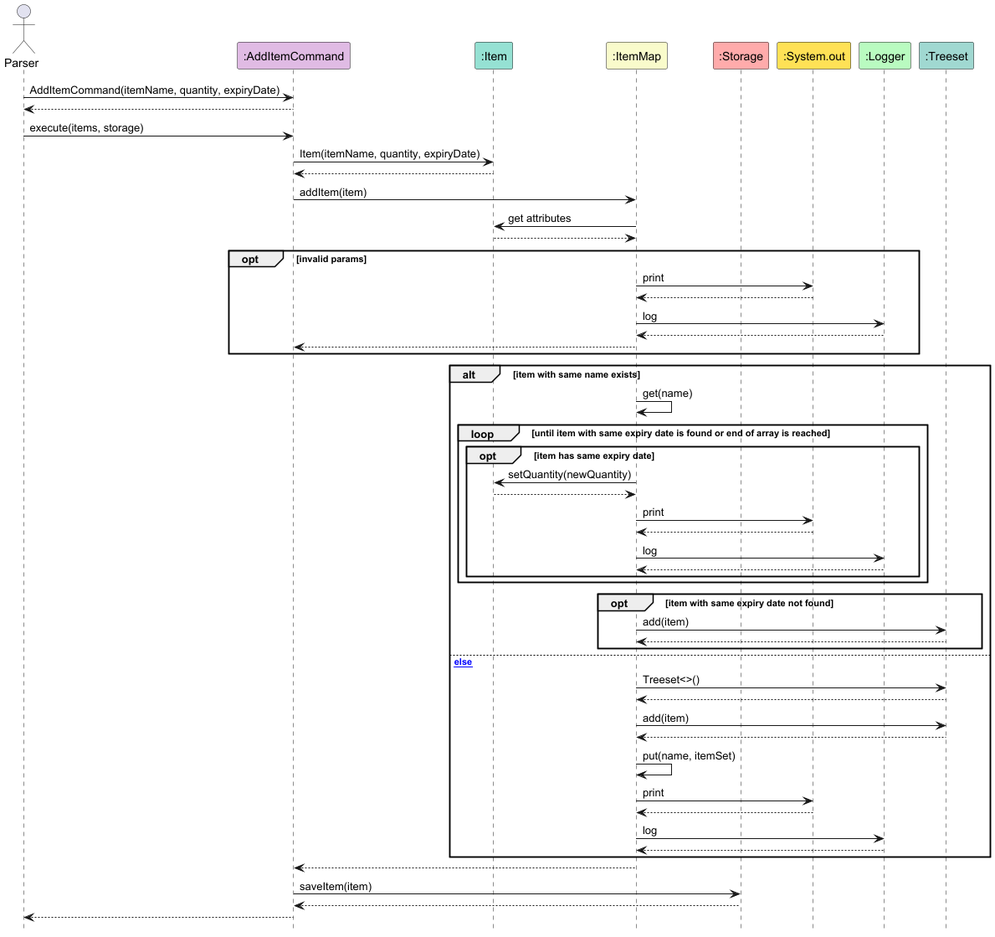
yijiano/tp keeps this PlantUML diagram as docs/diagrams/AddItemCommand-SequenceDiagram.png. Above is the earlier version.
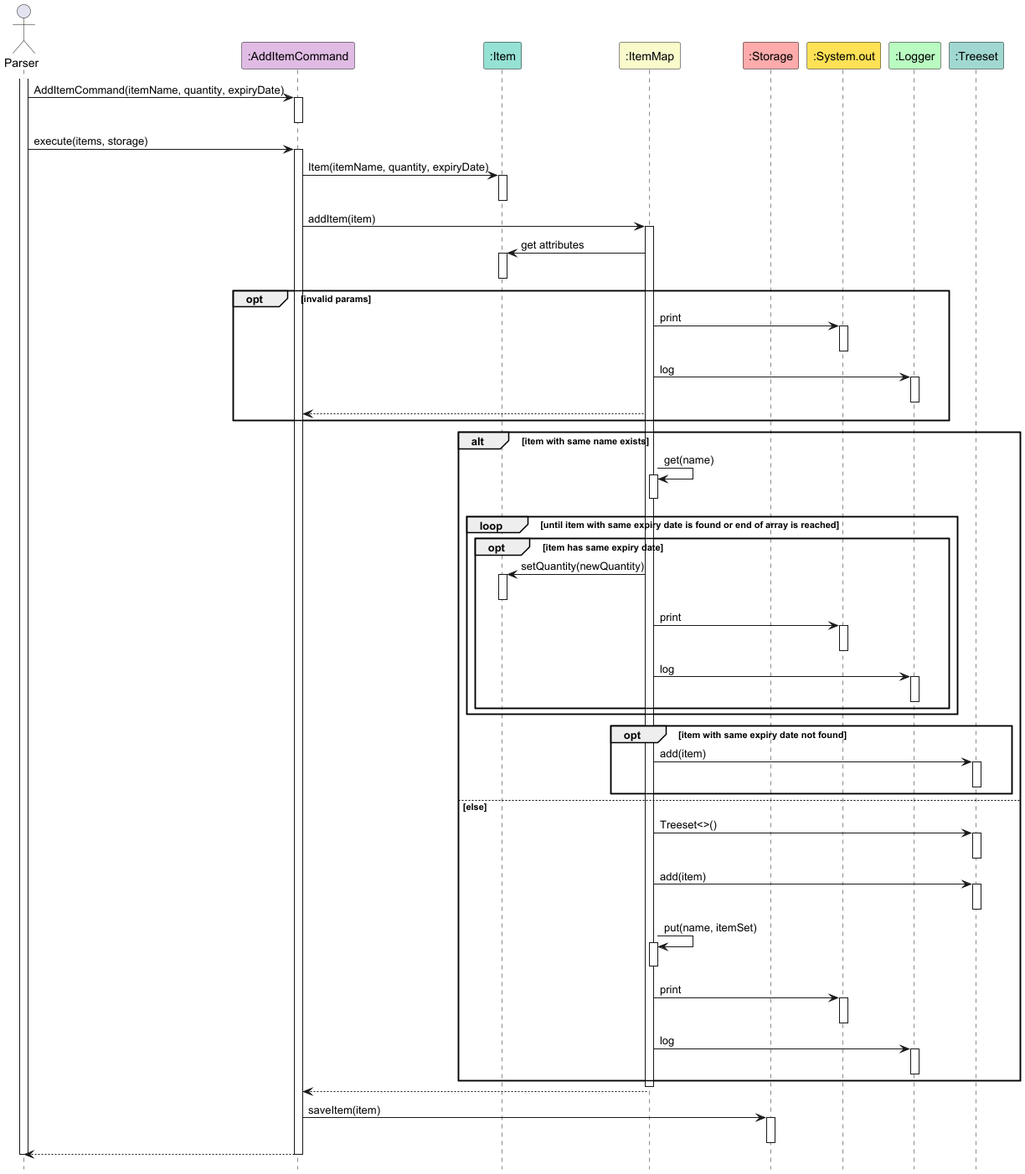
After the commit.

Commit message:
Update AddItem Diagram

The edit, as a diff of the source:
```diff
@@ -2,6 +2,7 @@
 
 hide footbox
 skinparam sequenceReferenceBackgroundColor #f7807c
+
 
 actor Parser
 
@@ -13,54 +14,88 @@
 participant ":Logger" as Logger #B9FBC0
 participant ":Treeset" as Treeset #A0D8D1
 
+activate Parser
 Parser -> AddItemCommand : AddItemCommand(itemName, quantity, expiryDate)
-return
+activate AddItemCommand
+deactivate AddItemCommand
+
 Parser -> AddItemCommand : execute(items, storage)
+activate AddItemCommand
+
 AddItemCommand -> Item : Item(itemName, quantity, expiryDate)
-return
+activate Item
+deactivate Item
+
 AddItemCommand -> ItemMap : addItem(item)
+activate ItemMap
+
 ItemMap -> Item : get attributes
-return
+activate Item
+deactivate Item
 
 opt invalid params
     ItemMap -> System.out : print
-    return
+    activate System.out
+    deactivate System.out
     ItemMap -> Logger : log
-    return
+    activate Logger
+    deactivate Logger
     ItemMap --> AddItemCommand
 end
 
 alt item with same name exists
     ItemMap -> ItemMap : get(name)
+    activate ItemMap
+    deactivate ItemMap
+
     loop until item with same expiry date is found or end of array is reached
         opt item has same expiry date
             ItemMap -> Item : setQuantity(newQuantity)
-            return
+            activate Item
+            deactivate Item
             ItemMap -> System.out : print
-            return
+            activate System.out
+            deactivate System.out
             ItemMap -> Logger : log
-            return
+            activate Logger
+            deactivate Logger
         end
+    end
 
-    end
     opt item with same expiry date not found
         ItemMap -> Treeset : add(item)
-        return
+        activate Treeset
+        deactivate Treeset
     end
-else [else]
+
+
+else else
     ItemMap -> Treeset : Treeset<>()
-    return
+    activate Treeset
+    deactivate Treeset
     ItemMap -> Treeset : add(item)
-    return
+    activate Treeset
+    deactivate Treeset
     ItemMap -> ItemMap : put(name, itemSet)
+    activate ItemMap
+    deactivate ItemMap
     ItemMap -> System.out : print
-    return
+    activate System.out
+    deactivate System.out
     ItemMap -> Logger : log
-    return
+    activate Logger
+    deactivate Logger
 end
+
+deactivate ItemMap
 ItemMap --> AddItemCommand
+
 AddItemCommand -> Storage : saveItem(item)
-return
+activate Storage
+deactivate Storage
+
 AddItemCommand --> Parser
+deactivate AddItemCommand
+deactivate Parser
 
 @enduml
```
